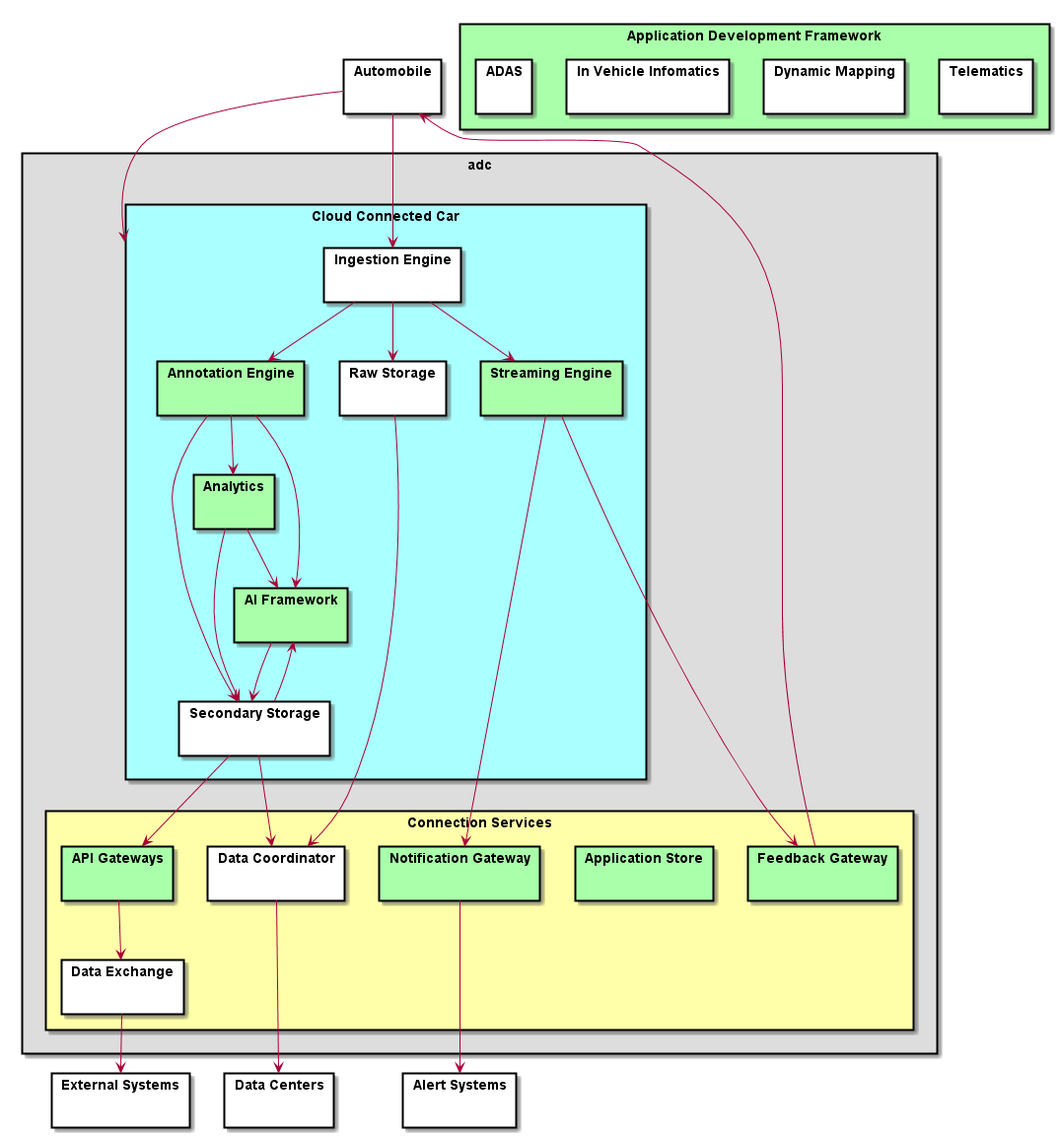
CAADE/ADC keeps this PlantUML diagram as docs/Solution/Logical.png. Above is the earlier version.
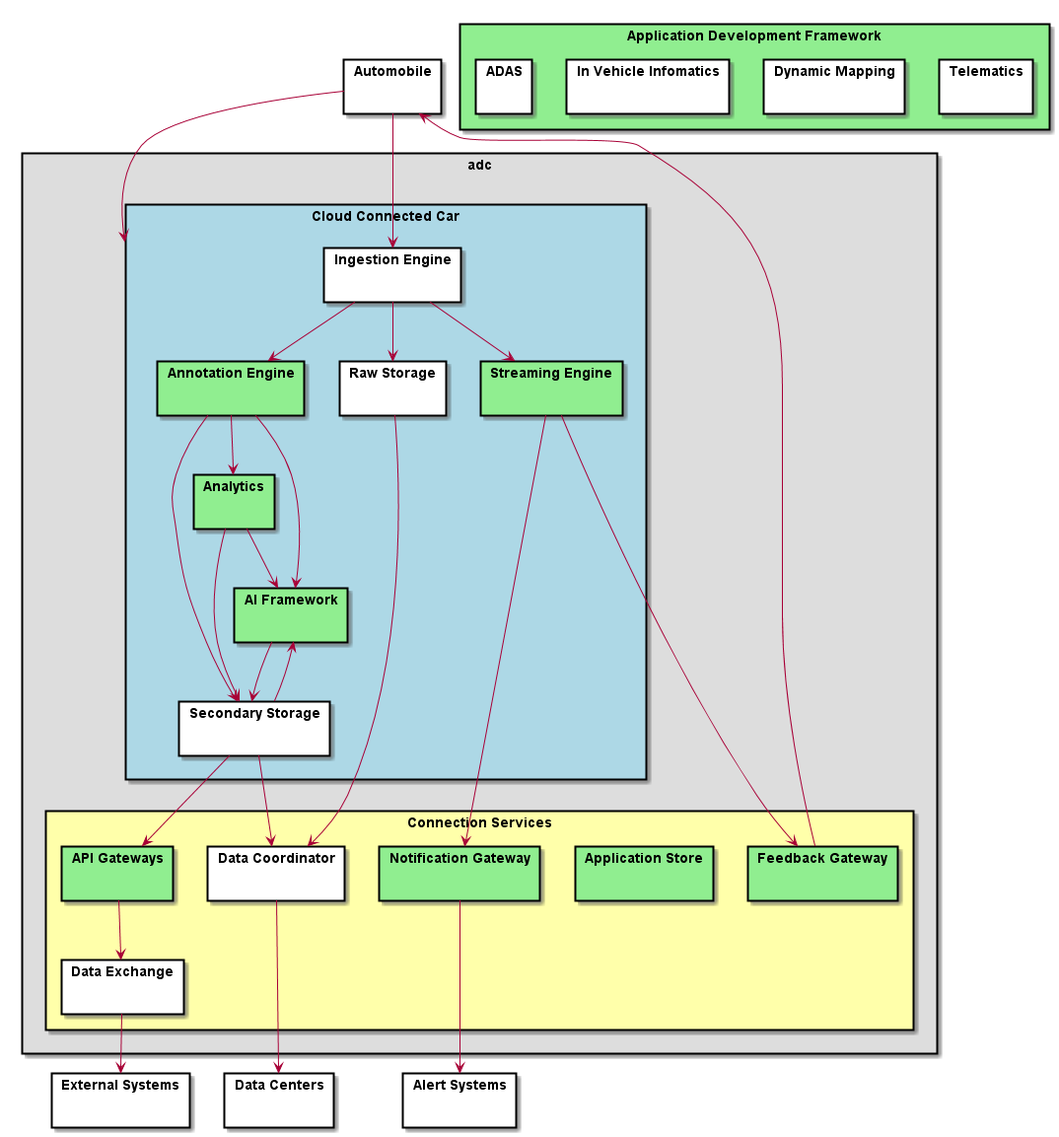
After the change.

Change to the diagram source:
```diff
@@ -4,7 +4,7 @@
 skinparam interface {
   backgroundColor black
 }
-package "Application Development Framework" #aaffaa {
+package "Application Development Framework" #lightgreen {
   package "Telematics" {}
   package "Dynamic Mapping" {}
   package "In Vehicle Infomatics" {}
@@ -14,23 +14,23 @@
 
 top to bottom direction
 package adc  #dddddd {
-    package "Cloud Connected Car" #aaffff {
+    package "Cloud Connected Car" #lightblue {
       package "Ingestion Engine" { }
-      package "Annotation Engine" #aaffaa { }
-      package "Streaming Engine" #aaffaa { }
-      package "AI Framework" #aaffaa { }
+      package "Annotation Engine" #lightgreen { }
+      package "Streaming Engine" #lightgreen { }
+      package "AI Framework" #lightgreen { }
       package "Raw Storage" { }
       package "Secondary Storage" { }
-      package "Analytics" #aaffaa { }
+      package "Analytics" #lightgreen { }
     }
 
 
     package "Connection Services" #ffffaa {
-      package "Notification Gateway" #aaffaa { }
-      package "Application Store" #aaffaa { }
-      package "API Gateways" #aaffaa { }
+      package "Notification Gateway" #lightgreen { }
+      package "Application Store" #lightgreen { }
+      package "API Gateways" #lightgreen { }
       package "Data Coordinator" { }
-      package "Feedback Gateway" #aaffaa { }
+      package "Feedback Gateway" #lightgreen { }
       package "Data Exchange" { }
     }
 }
```
